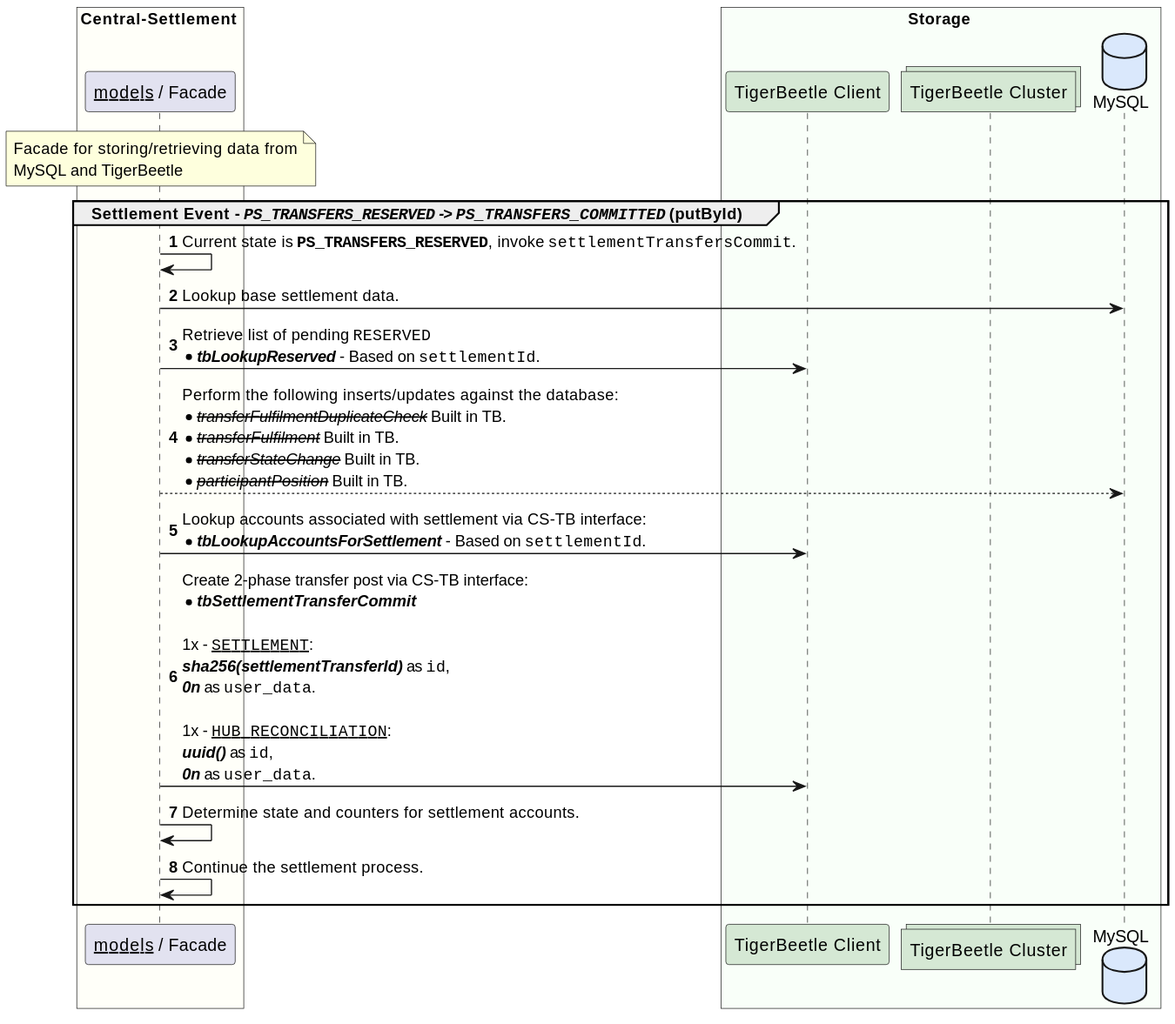
Above: solution_design/sequence-settlement-tb-enabled-update-by-id-03.svg in coilhq/mucoa (PlantUML), before the change.
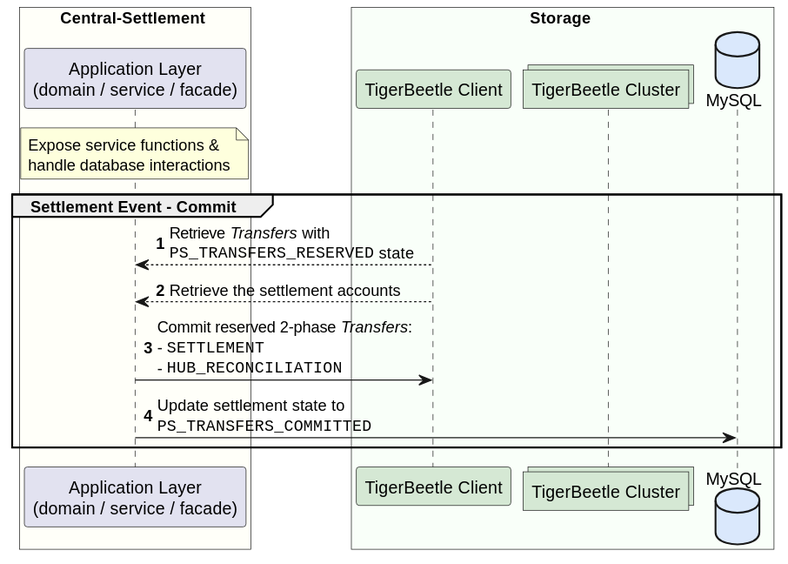
Above is the later version.

Change to the diagram source:
```diff
@@ -1,30 +1,26 @@
 @startuml
 
 box Central-Settlement #FFFFF9
-    participant "__models__ / Facade" as cs_facade
+    participant "Application Layer\n(domain / service / facade)" as cs_domain
 
-    note over cs_facade
-        Facade for storing/retrieving data from
-        MySQL and TigerBeetle
+    note over cs_domain
+        Expose service functions &
+        handle database interactions
     end note
 end box
 
 box Storage #F9FFF9
 	participant "TigerBeetle Client" as tb_client #D5E8D4
 	collections "TigerBeetle Cluster" as tb_nodes #D5E8D4
-	database "MySQL" as cl_db #DAE8FC
+	database "MySQL" as cs_db #DAE8FC
 end box
 
 autonumber
-group Settlement Event - //""PS_TRANSFERS_RESERVED"" -> ""PS_TRANSFERS_COMMITTED""// (putById)
-    cs_facade -> cs_facade : Current state is **""PS_TRANSFERS_RESERVED""**, invoke ""settlementTransfersCommit"".
-    cs_facade -> cl_db : Lookup base settlement data.
-    cs_facade -> tb_client : Retrieve list of pending ""RESERVED""\n*//**tbLookupReserved**// - Based on ""settlementId"".
-    cs_facade --> cl_db : Perform the following inserts/updates against the database:\n*--//transferFulfilmentDuplicateCheck//-- Built in TB.\n*--//transferFulfilment//-- Built in TB.\n*--//transferStateChange//-- Built in TB.\n*--//participantPosition//-- Built in TB.
-    cs_facade -> tb_client : Lookup accounts associated with settlement via CS-TB interface:\n*//**tbLookupAccountsForSettlement**// - Based on ""settlementId"".
-    cs_facade -> tb_client : Create 2-phase transfer post via CS-TB interface:\n*//**tbSettlementTransferCommit**//\n\n1x - __""SETTLEMENT""__:\n**//sha256(settlementTransferId)//** as ""id"", \n**//0n//** as ""user_data"".\n\n1x - __""HUB_RECONCILIATION""__:\n**//uuid()//** as ""id"", \n**//0n//** as ""user_data"".
-    cs_facade -> cs_facade : Determine state and counters for settlement accounts.
-    cs_facade -> cs_facade : Continue the settlement process.
+group Settlement Event - Commit
+    cs_domain <-- tb_client : Retrieve //Transfers// with \n""PS_TRANSFERS_RESERVED"" state
+    cs_domain <-- tb_client : Retrieve the settlement accounts
+    cs_domain -> tb_client : Commit reserved 2-phase //Transfers//:\n- ""SETTLEMENT""\n- ""HUB_RECONCILIATION""
+    cs_domain -> cs_db : Update settlement state to \n""PS_TRANSFERS_COMMITTED""
 end
 
 @enduml
```
